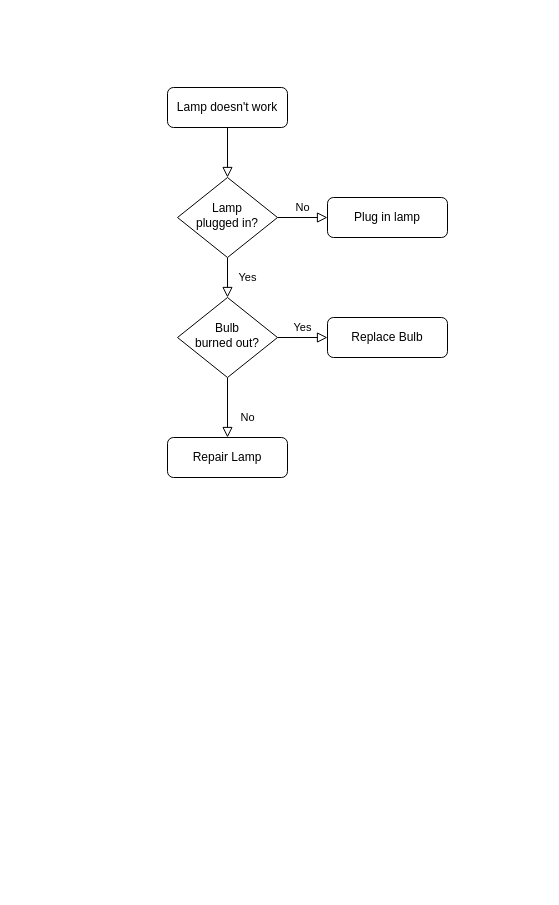
Above: Untitled Diagram.drawio in sk-panda/SoftwareDesign-repo (draw.io), before the change. Source tidied: cells renumbered, new cells numbered last; positions are measured from the earlier drawing's top-left corner, leaving out a move shared by most shapes. Both pictures are drawn from the tidied source at 100%, with x=0, y=0 at pixel (167, 87).
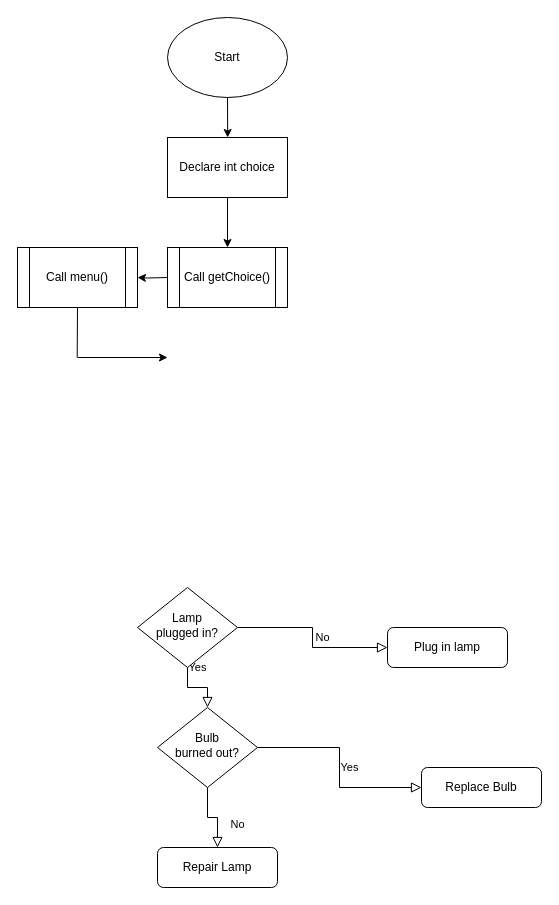
After the change.

What changed in the source:
```diff
@@
-    <mxCell id="2" style="rounded=0;html=1;jettySize=auto;fontSize=11;endArrow=block;endFill=0;endSize=8;strokeWidth=1;shadow=0;labelBackgroundColor=none;edgeStyle=orthogonalEdgeStyle;" parent="1" edge="1" source="3" target="6">
-      <mxGeometry relative="1" as="geometry" />
-    </mxCell>
-    <mxCell id="3" value="Lamp doesn't work" style="rounded=1;whiteSpace=wrap;html=1;fontSize=12;glass=0;strokeWidth=1;shadow=0;" parent="1" vertex="1">
-      <mxGeometry width="120" height="40" as="geometry" />
-    </mxCell>
@@
     <mxCell id="6" value="Lamp&lt;br&gt;plugged in?" style="rhombus;whiteSpace=wrap;html=1;shadow=0;fontFamily=Helvetica;fontSize=12;align=center;strokeWidth=1;spacing=6;spacingTop=-4;" parent="1" vertex="1">
-      <mxGeometry x="10" y="90" width="100" height="80" as="geometry" />
+      <mxGeometry x="-30" y="500" width="100" height="80" as="geometry" />
     </mxCell>
     <mxCell id="7" value="Plug in lamp" style="rounded=1;whiteSpace=wrap;html=1;fontSize=12;glass=0;strokeWidth=1;shadow=0;" parent="1" vertex="1">
-      <mxGeometry x="160" y="110" width="120" height="40" as="geometry" />
+      <mxGeometry x="220" y="540" width="120" height="40" as="geometry" />
     </mxCell>
@@
     <mxCell id="10" value="Bulb&lt;br&gt;burned out?" style="rhombus;whiteSpace=wrap;html=1;shadow=0;fontFamily=Helvetica;fontSize=12;align=center;strokeWidth=1;spacing=6;spacingTop=-4;" parent="1" vertex="1">
-      <mxGeometry x="10" y="210" width="100" height="80" as="geometry" />
+      <mxGeometry x="-10" y="620" width="100" height="80" as="geometry" />
     </mxCell>
     <mxCell id="11" value="Repair Lamp" style="rounded=1;whiteSpace=wrap;html=1;fontSize=12;glass=0;strokeWidth=1;shadow=0;" parent="1" vertex="1">
-      <mxGeometry y="350" width="120" height="40" as="geometry" />
+      <mxGeometry x="-10" y="760" width="120" height="40" as="geometry" />
     </mxCell>
     <mxCell id="12" value="Replace Bulb" style="rounded=1;whiteSpace=wrap;html=1;fontSize=12;glass=0;strokeWidth=1;shadow=0;" parent="1" vertex="1">
-      <mxGeometry x="160" y="230" width="120" height="40" as="geometry" />
+      <mxGeometry x="254" y="680" width="120" height="40" as="geometry" />
     </mxCell>
+    <mxCell id="13" value="Start" style="ellipse;whiteSpace=wrap;html=1;" parent="1" vertex="1">
+      <mxGeometry y="-70" width="120" height="80" as="geometry" />
+    </mxCell>
+    <mxCell id="14" value="Call getChoice()" style="shape=process;whiteSpace=wrap;html=1;backgroundOutline=1;" parent="1" vertex="1">
+      <mxGeometry y="160" width="120" height="60" as="geometry" />
+    </mxCell>
+    <mxCell id="15" style="endArrow=classic;html=1;" parent="1" edge="1">
+      <mxGeometry relative="1" as="geometry">
+        <mxPoint x="60" y="10" as="sourcePoint" />
+        <mxPoint x="60.2" y="50" as="targetPoint" />
+        <Array as="points">
+          <mxPoint x="60.2" y="50" />
+        </Array>
+      </mxGeometry>
+    </mxCell>
+    <mxCell id="16" value="Declare int choice" style="rounded=0;whiteSpace=wrap;html=1;" parent="1" vertex="1">
+      <mxGeometry y="50" width="120" height="60" as="geometry" />
+    </mxCell>
+    <mxCell id="17" style="endArrow=classic;html=1;shadow=0;exitX=0.5;exitY=1;exitDx=0;exitDy=0;" parent="1" edge="1" source="16">
+      <mxGeometry relative="1" as="geometry">
+        <mxPoint x="60" y="160" as="targetPoint" />
+      </mxGeometry>
+    </mxCell>
+    <mxCell id="18" style="edgeStyle=orthogonalEdgeStyle;rounded=0;jettySize=auto;html=1;shadow=0;" parent="1" edge="1" target="19">
+      <mxGeometry relative="1" as="geometry">
+        <mxPoint y="190" as="sourcePoint" />
+      </mxGeometry>
+    </mxCell>
+    <mxCell id="19" value="Call menu()" style="shape=process;whiteSpace=wrap;html=1;backgroundOutline=1;" parent="1" vertex="1">
+      <mxGeometry x="-150" y="160" width="120" height="60" as="geometry" />
+    </mxCell>
+    <mxCell id="20" style="endArrow=none;html=1;shadow=0;" parent="1" edge="1">
+      <mxGeometry relative="1" as="geometry">
+        <mxPoint x="-90.3" y="270" as="sourcePoint" />
+        <mxPoint x="-90" y="220" as="targetPoint" />
+      </mxGeometry>
+    </mxCell>
+    <mxCell id="21" style="endArrow=classic;html=1;shadow=0;" parent="1" edge="1">
+      <mxGeometry relative="1" as="geometry">
+        <mxPoint x="-90" y="270" as="sourcePoint" />
+        <mxPoint y="270" as="targetPoint" />
+      </mxGeometry>
+    </mxCell>
```
